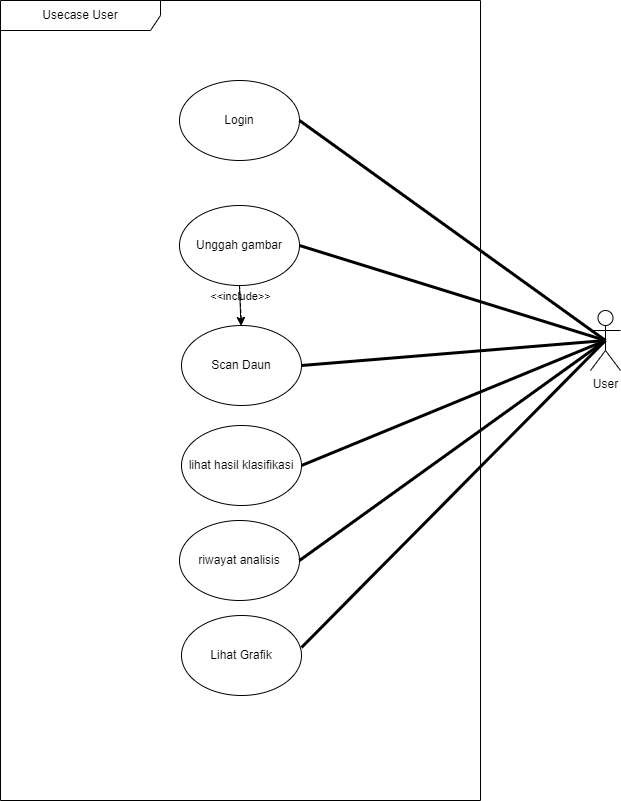
Earlier version of the draw.io export document/usecase.png (redhosy/AppDaunCabaiku). Source tidied: cells renumbered, new cells last; positions are measured from the earlier drawing's top-left corner, leaving out a move shared by most shapes.
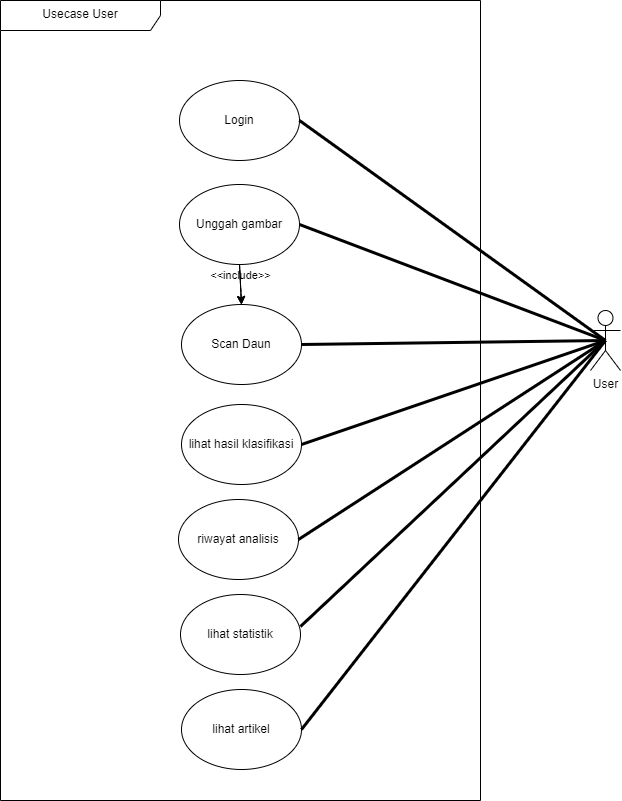
The same diagram one commit later.

Diff of the diagram source:
```diff
@@ -9,19 +9,22 @@
       <mxGeometry width="480" height="800" as="geometry" />
     </mxCell>
     <mxCell id="4" value="Scan Daun" style="ellipse;whiteSpace=wrap;html=1;" parent="3" vertex="1">
-      <mxGeometry x="181" y="325" width="120" height="80" as="geometry" />
+      <mxGeometry x="181" y="304" width="120" height="80" as="geometry" />
     </mxCell>
     <mxCell id="5" value="lihat hasil klasifikasi" style="ellipse;whiteSpace=wrap;html=1;" parent="3" vertex="1">
-      <mxGeometry x="181" y="425" width="120" height="80" as="geometry" />
+      <mxGeometry x="181" y="404" width="120" height="80" as="geometry" />
     </mxCell>
     <mxCell id="6" style="edgeStyle=none;html=1;" parent="3" edge="1" source="7" target="4">
       <mxGeometry relative="1" as="geometry" />
     </mxCell>
+    <mxCell id="18" style="edgeStyle=none;html=1;" parent="3" edge="1" source="7" target="4">
+      <mxGeometry relative="1" as="geometry" />
+    </mxCell>
     <mxCell id="7" value="Unggah gambar" style="ellipse;whiteSpace=wrap;html=1;" parent="3" vertex="1">
-      <mxGeometry x="179" y="205" width="120" height="80" as="geometry" />
+      <mxGeometry x="179" y="184" width="120" height="80" as="geometry" />
     </mxCell>
     <mxCell id="8" value="riwayat analisis" style="ellipse;whiteSpace=wrap;html=1;" parent="3" vertex="1">
-      <mxGeometry x="179" y="520" width="120" height="80" as="geometry" />
+      <mxGeometry x="178" y="499" width="120" height="80" as="geometry" />
     </mxCell>
     <mxCell id="9" value="&amp;lt;&amp;lt;include&amp;gt;&amp;gt;" style="html=1;verticalAlign=bottom;labelBackgroundColor=none;endArrow=open;endFill=0;dashed=1;exitX=0.5;exitY=1;exitDx=0;exitDy=0;entryX=0.5;entryY=0;entryDx=0;entryDy=0;" parent="3" edge="1" source="7" target="4">
       <mxGeometry relative="1" as="geometry" />
@@ -29,9 +32,12 @@
     <mxCell id="10" value="Login" style="ellipse;whiteSpace=wrap;html=1;" parent="3" vertex="1">
       <mxGeometry x="179" y="80" width="120" height="80" as="geometry" />
     </mxCell>
-    <mxCell id="11" value="Lihat Grafik" style="ellipse;whiteSpace=wrap;html=1;" parent="3" vertex="1">
-      <mxGeometry x="181" y="615" width="120" height="80" as="geometry" />
+    <mxCell id="11" value="lihat statistik" style="ellipse;whiteSpace=wrap;html=1;" parent="3" vertex="1">
+      <mxGeometry x="180" y="594" width="120" height="80" as="geometry" />
     </mxCell>
+    <mxCell id="19" value="lihat artikel" style="ellipse;whiteSpace=wrap;html=1;" parent="3" vertex="1">
+      <mxGeometry x="181" y="689" width="120" height="80" as="geometry" />
+    </mxCell>
     <mxCell id="12" style="endArrow=none;startArrow=none;endFill=0;startFill=0;endSize=8;html=1;verticalAlign=bottom;labelBackgroundColor=none;strokeWidth=3;rounded=0;exitX=1;exitY=0.5;exitDx=0;exitDy=0;entryX=0.5;entryY=0.5;entryDx=0;entryDy=0;entryPerimeter=0;" parent="1" edge="1" source="7" target="2">
       <mxGeometry relative="1" as="geometry" />
     </mxCell>
@@ -50,5 +56,8 @@
     <mxCell id="17" style="endArrow=none;startArrow=none;endFill=0;startFill=0;endSize=8;html=1;verticalAlign=bottom;labelBackgroundColor=none;strokeWidth=3;rounded=0;exitX=1;exitY=0.4;exitDx=0;exitDy=0;entryX=0.5;entryY=0.5;entryDx=0;entryDy=0;entryPerimeter=0;exitPerimeter=0;" parent="1" edge="1" source="11" target="2">
       <mxGeometry relative="1" as="geometry" />
     </mxCell>
+    <mxCell id="20" style="endArrow=none;startArrow=none;endFill=0;startFill=0;endSize=8;html=1;verticalAlign=bottom;labelBackgroundColor=none;strokeWidth=3;rounded=0;entryX=0.5;entryY=0.5;entryDx=0;entryDy=0;entryPerimeter=0;exitX=1;exitY=0.5;exitDx=0;exitDy=0;" parent="1" edge="1" source="19" target="2">
+      <mxGeometry relative="1" as="geometry" />
+    </mxCell>
   </root>
 </mxGraphModel>
```
